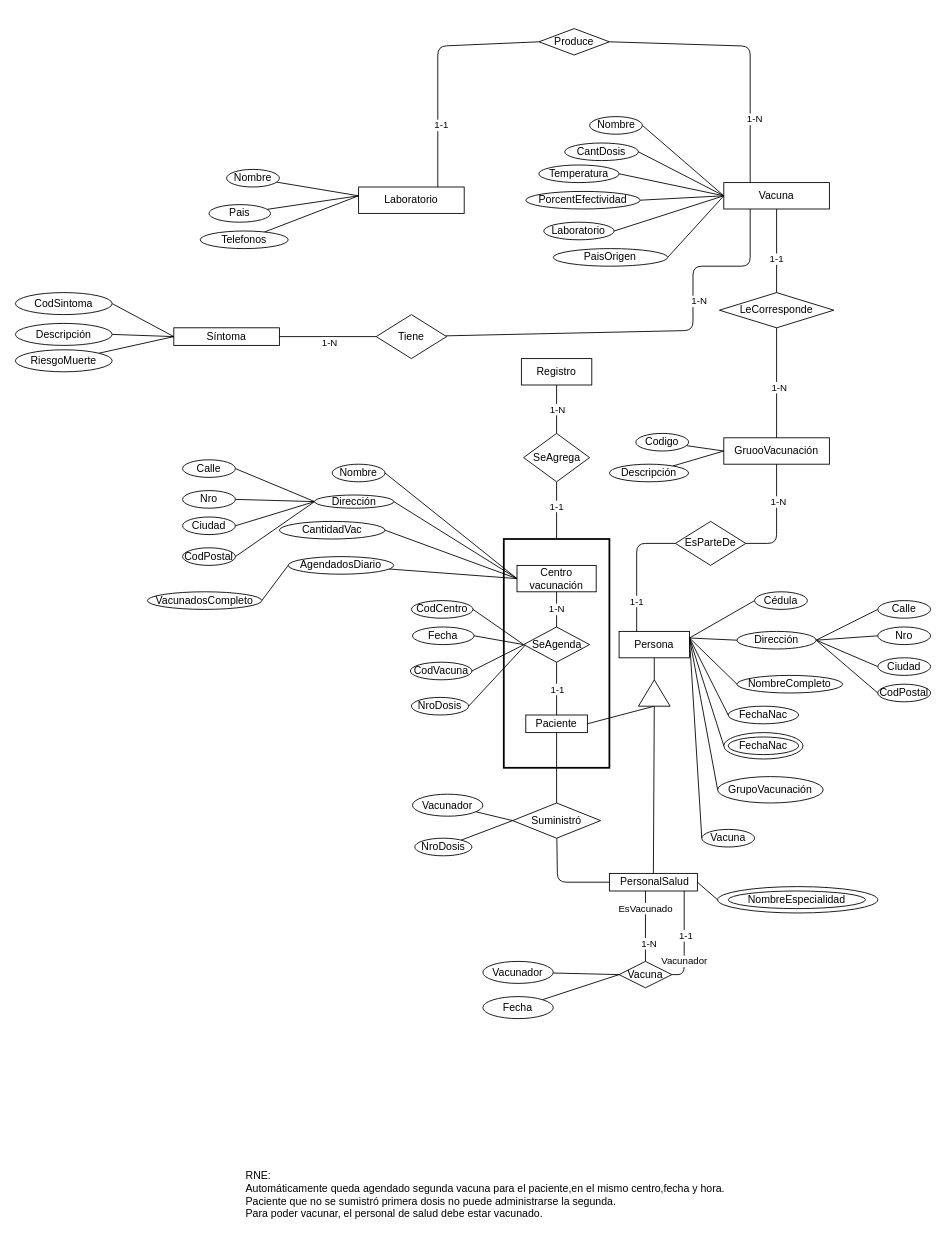
ceciliaB97/obligatorioBsDs1 keeps this draw.io diagram as ObligatorioBsDs1-Diagrama.drawio. Above is the earlier version. Source tidied: cells renumbered, new cells numbered last; positions are measured from the earlier drawing's top-left corner, leaving out a move shared by most shapes. Both pictures are drawn from the tidied source at 88%, with x=0, y=0 at pixel (15, 28).
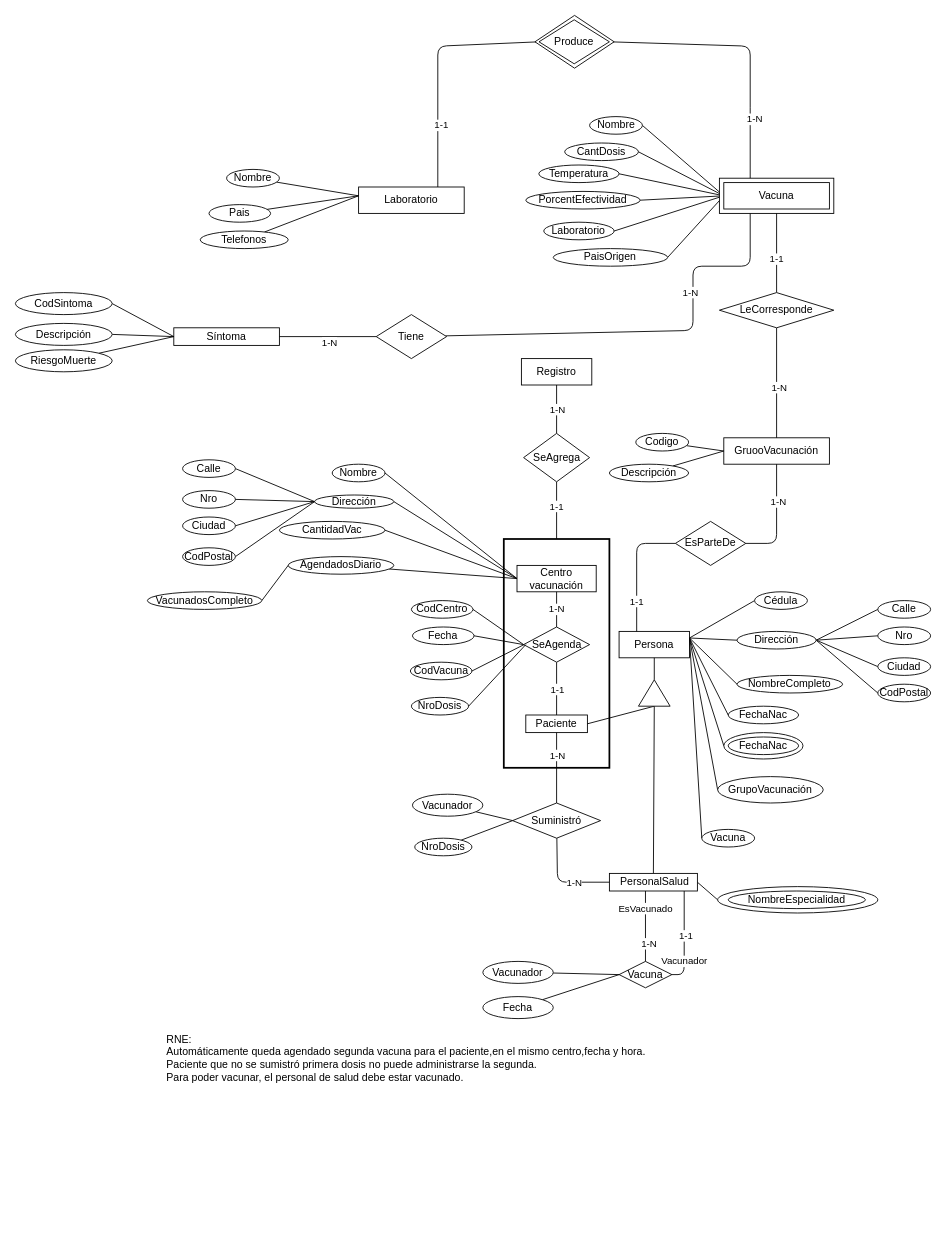
Above is the later version.

Commit message (it also covers changes not shown here):
TERMINAR DIAGRAMA - AGREGAR JPG

TERMINAR DIAGRAMA - AGREGAR JPG

The change refers to these unchanged cells:
```xml
<mxCell id="66" style="edgeStyle=none;rounded=1;sketch=0;jettySize=auto;html=1;entryX=0;entryY=0.5;entryDx=0;entryDy=0;endArrow=none;endFill=0;" parent="1" edge="1" source="68" target="35">
  <mxGeometry relative="1" as="geometry">
    <Array as="points">
      <mxPoint x="616" y="970" />
    </Array>
  </mxGeometry>
</mxCell>
<mxCell id="67" style="edgeStyle=none;rounded=1;sketch=0;jettySize=auto;html=1;entryX=0.5;entryY=1;entryDx=0;entryDy=0;endArrow=none;endFill=0;" parent="1" edge="1" source="68" target="12">
  <mxGeometry relative="1" as="geometry" />
</mxCell>
<mxCell id="130" style="edgeStyle=none;rounded=1;sketch=0;jettySize=auto;html=1;entryX=0.25;entryY=1;entryDx=0;entryDy=0;endArrow=none;endFill=0;" parent="1" edge="1" source="134" target="60">
  <mxGeometry relative="1" as="geometry">
    <Array as="points">
      <mxPoint x="770" y="343" />
      <mxPoint x="770" y="270" />
      <mxPoint x="835" y="270" />
    </Array>
  </mxGeometry>
</mxCell>
```

What changed in the source:
```diff
@@
     <mxCell id="24" value="RNE:&lt;br&gt;Automáticamente queda agendado segunda vacuna para el paciente,en el mismo centro,fecha y hora.&lt;br&gt;Paciente que no se sumistró primera dosis no puede administrarse la segunda.&lt;br&gt;Para poder vacunar, el personal de salud debe estar vacunado." style="text;html=1;align=left;verticalAlign=middle;fillColor=none;strokeColor=none;rounded=0;" parent="1" vertex="1">
-      <mxGeometry x="260" y="1295" width="560" height="60" as="geometry" />
+      <mxGeometry x="170" y="1140" width="560" height="60" as="geometry" />
     </mxCell>
@@
-    <mxCell id="60" value="Vacuna" style="whiteSpace=wrap;html=1;rounded=0;sketch=0;" parent="1" vertex="1">
-      <mxGeometry x="805" y="175" width="120" height="30" as="geometry" />
-    </mxCell>
@@
+    <mxCell id="141" value="1-N" style="edgeLabel;html=1;align=center;verticalAlign=middle;" parent="66" vertex="1">
+      <mxGeometry x="0.26" relative="1" as="geometry" />
+    </mxCell>
@@
+    <mxCell id="142" value="1-N&lt;br&gt;" style="edgeLabel;html=1;align=center;verticalAlign=middle;" parent="67" vertex="1">
+      <mxGeometry x="0.54" relative="1" as="geometry">
+        <mxPoint y="7" as="offset" />
+      </mxGeometry>
+    </mxCell>
@@
-    <mxCell id="122" value="Produce" style="rhombus;whiteSpace=wrap;html=1;rounded=0;sketch=0;" parent="1" vertex="1">
-      <mxGeometry x="595" width="80" height="30" as="geometry" />
-    </mxCell>
@@
     <mxCell id="131" value="1-N" style="edgeLabel;html=1;align=center;verticalAlign=middle;" parent="130" vertex="1">
-      <mxGeometry x="0.3" y="-6" relative="1" as="geometry" />
+      <mxGeometry x="0.3" y="-6" relative="1" as="geometry">
+        <mxPoint x="-10" y="-10" as="offset" />
+      </mxGeometry>
     </mxCell>
@@
+    <mxCell id="143" style="group;" parent="1" vertex="1">
+      <mxGeometry x="800" y="170" width="130" height="40" as="geometry" />
+    </mxCell>
+    <mxCell id="144" style="rounded=0;whiteSpace=wrap;html=1;" parent="143" vertex="1">
+      <mxGeometry width="130" height="40" as="geometry" />
+    </mxCell>
+    <mxCell id="60" value="Vacuna" style="whiteSpace=wrap;html=1;rounded=0;sketch=0;" parent="143" vertex="1">
+      <mxGeometry x="5" y="5" width="120" height="30" as="geometry" />
+    </mxCell>
+    <mxCell id="145" style="group;" parent="1" vertex="1">
+      <mxGeometry x="590.4" y="-15" width="90" height="60" as="geometry" />
+    </mxCell>
+    <mxCell id="146" style="rhombus;whiteSpace=wrap;html=1;" parent="145" vertex="1">
+      <mxGeometry width="90" height="60" as="geometry" />
+    </mxCell>
+    <mxCell id="122" value="Produce" style="rhombus;whiteSpace=wrap;html=1;rounded=0;sketch=0;" parent="145" vertex="1">
+      <mxGeometry x="4.6" y="5" width="80" height="50" as="geometry" />
+    </mxCell>
```
